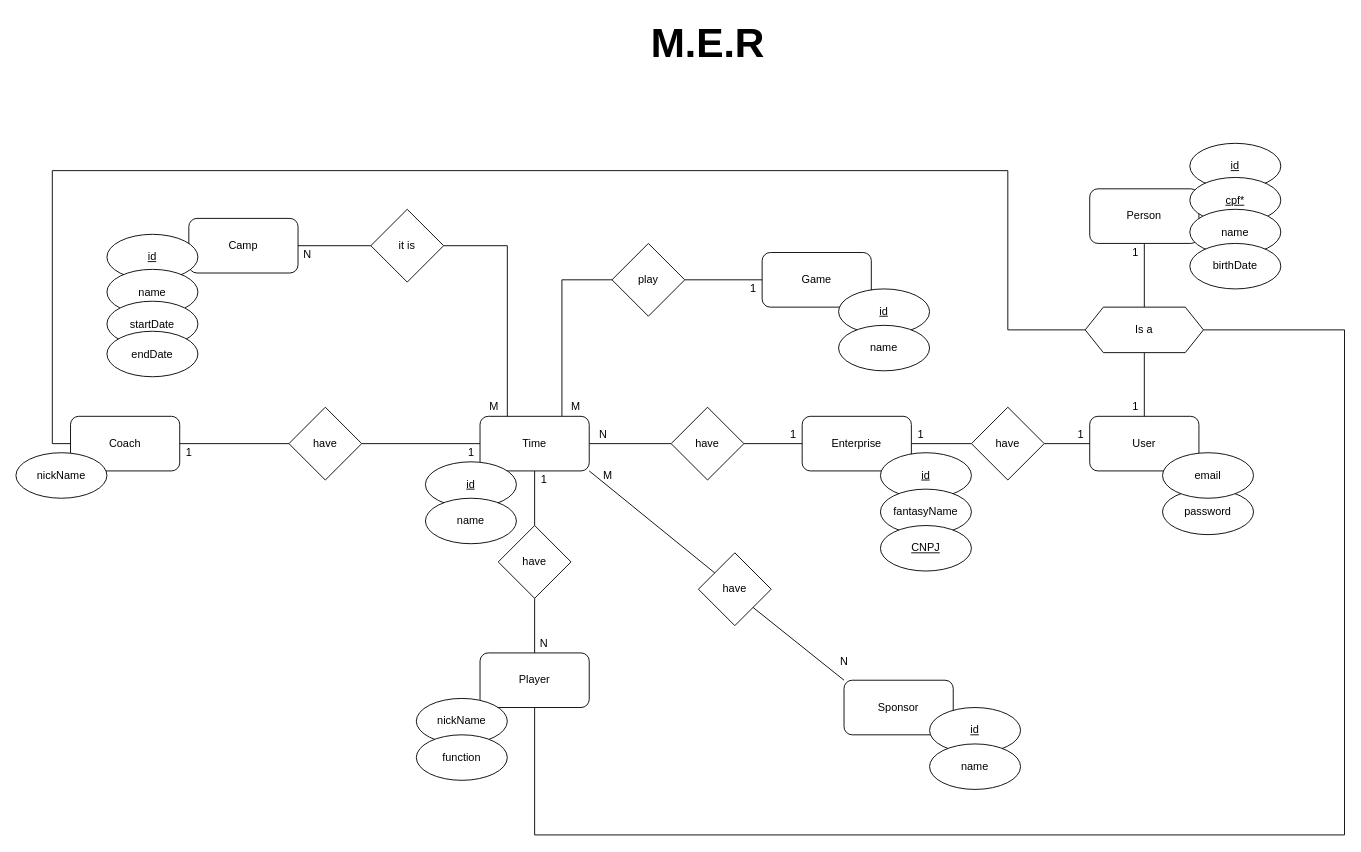
This is Documents/MER_ESportTeamController.drawio from LuizGustavoSena/ESportTeamControll, a draw.io file, before an edit. Source tidied: cells renumbered, new cells numbered last; positions are measured from the earlier drawing's top-left corner, leaving out a move shared by most shapes. Both pictures are drawn from the tidied source at 91%, with x=0, y=0 at pixel (15, 15).
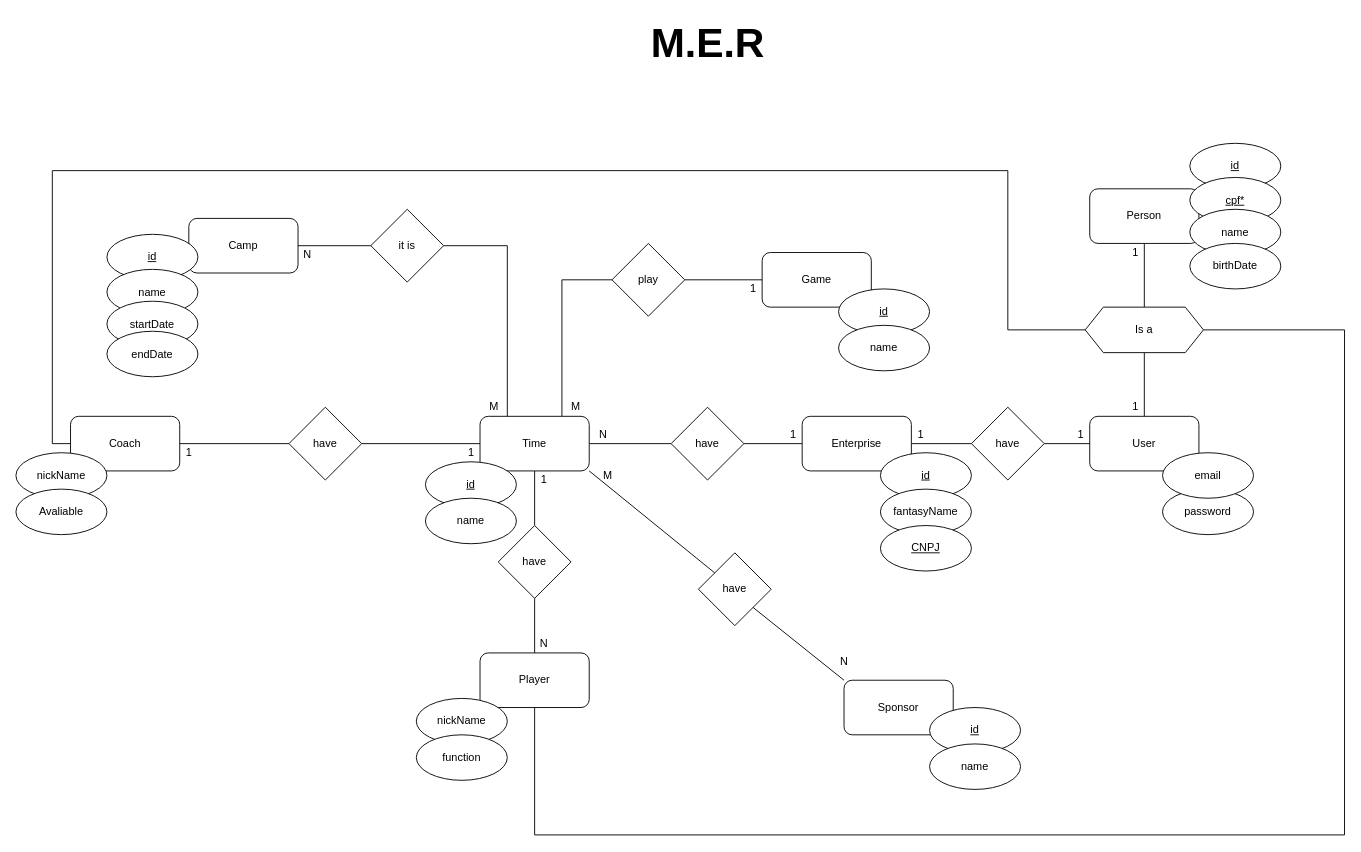
After the change.

Commit message (it also covers changes not shown here):
Alteração Diagrama

Diff of the diagram source:
```diff
@@
+    <mxCell id="76" value="Avaliable" style="ellipse;whiteSpace=wrap;html=1;" parent="1" vertex="1">
+      <mxGeometry y="520" width="100" height="50" as="geometry" />
+    </mxCell>
```
